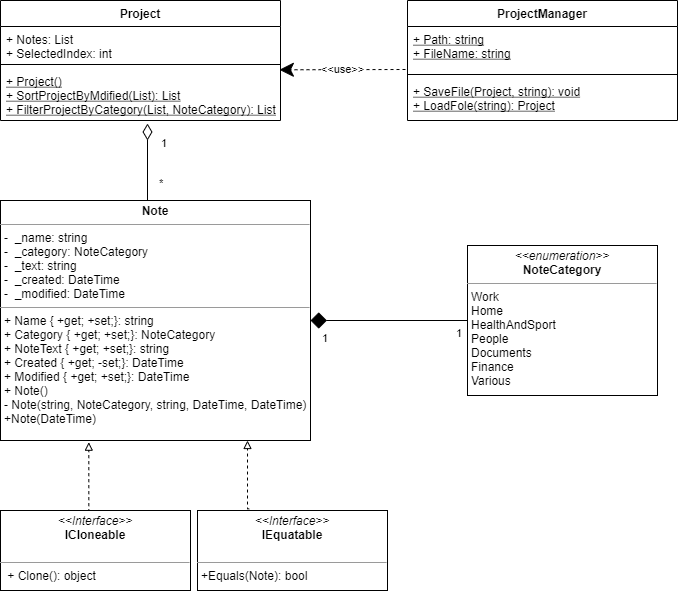
Above: doc/ClassesDiagram.png in CyberAndrey77/NoteAppNTVP (draw.io), before the change. Source tidied: cells renumbered, new cells last; positions are measured from the earlier drawing's top-left corner, leaving out a move shared by most shapes.
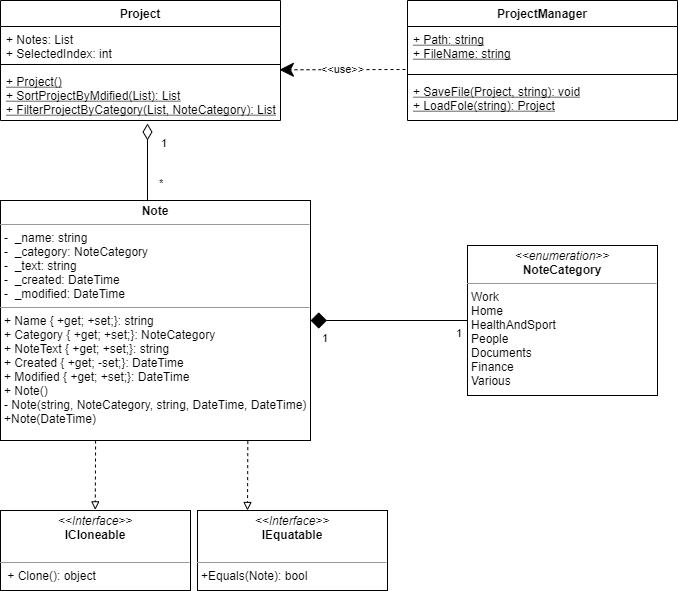
The same diagram one commit later.

What changed in the source:
```diff
@@ -8,15 +8,6 @@
     <mxCell id="3" value="&lt;p style=&quot;margin: 0px ; margin-top: 4px ; text-align: center&quot;&gt;&lt;i&gt;&amp;lt;&amp;lt;enumeration&amp;gt;&amp;gt;&lt;/i&gt;&lt;br&gt;&lt;b&gt;NoteCategory&lt;/b&gt;&lt;/p&gt;&lt;hr size=&quot;1&quot;&gt;&lt;p style=&quot;margin: 0px 0px 0px 4px&quot;&gt;Work&lt;/p&gt;&lt;p style=&quot;margin: 0px 0px 0px 4px&quot;&gt;&lt;span&gt;Home&lt;/span&gt;&lt;/p&gt;&lt;p style=&quot;margin: 0px 0px 0px 4px&quot;&gt;&lt;span&gt;HealthAndSport&lt;/span&gt;&lt;/p&gt;&lt;p style=&quot;margin: 0px 0px 0px 4px&quot;&gt;&lt;span&gt;People&lt;/span&gt;&lt;/p&gt;&lt;p style=&quot;margin: 0px 0px 0px 4px&quot;&gt;&lt;span&gt;Documents&lt;/span&gt;&lt;/p&gt;&lt;p style=&quot;margin: 0px 0px 0px 4px&quot;&gt;&lt;span&gt;Finance&lt;/span&gt;&lt;/p&gt;&lt;p style=&quot;margin: 0px 0px 0px 4px&quot;&gt;&lt;span&gt;Various&lt;/span&gt;&lt;/p&gt;&lt;p style=&quot;margin: 0px ; margin-left: 4px&quot;&gt;&lt;br&gt;&lt;/p&gt;" style="verticalAlign=top;align=left;overflow=fill;fontSize=12;fontFamily=Helvetica;html=1;" parent="1" vertex="1">
       <mxGeometry x="467" y="245" width="190" height="150" as="geometry" />
     </mxCell>
-    <mxCell id="4" style="edgeStyle=orthogonalEdgeStyle;rounded=0;orthogonalLoop=1;jettySize=auto;html=1;exitX=0.5;exitY=0;exitDx=0;exitDy=0;entryX=0.301;entryY=1.007;entryDx=0;entryDy=0;entryPerimeter=0;endArrow=block;endFill=0;dashed=1;" parent="1" edge="1">
-      <mxGeometry relative="1" as="geometry">
-        <mxPoint x="90" y="510" as="sourcePoint" />
-        <mxPoint x="88.3" y="441.7" as="targetPoint" />
-        <Array as="points">
-          <mxPoint x="88" y="510" />
-        </Array>
-      </mxGeometry>
-    </mxCell>
     <mxCell id="5" value="&lt;p style=&quot;margin: 0px ; margin-top: 4px ; text-align: center&quot;&gt;&lt;i&gt;&amp;lt;&amp;lt;Interface&amp;gt;&amp;gt;&lt;/i&gt;&lt;br&gt;&lt;b&gt;ICloneable&lt;/b&gt;&lt;/p&gt;&lt;br&gt;&lt;hr size=&quot;1&quot;&gt;&lt;p style=&quot;margin: 0px ; margin-left: 4px&quot;&gt;&amp;nbsp;+ Clone(): object&lt;/p&gt;" style="verticalAlign=top;align=left;overflow=fill;fontSize=12;fontFamily=Helvetica;html=1;" parent="1" vertex="1">
       <mxGeometry y="510" width="190" height="80" as="geometry" />
     </mxCell>
@@ -85,14 +76,23 @@
         <mxPoint x="405" y="69" as="sourcePoint" />
       </mxGeometry>
     </mxCell>
-    <mxCell id="22" style="edgeStyle=orthogonalEdgeStyle;rounded=0;orthogonalLoop=1;jettySize=auto;html=1;exitX=0.5;exitY=0;exitDx=0;exitDy=0;entryX=0.301;entryY=1.007;entryDx=0;entryDy=0;entryPerimeter=0;endArrow=block;endFill=0;dashed=1;" parent="1" edge="1">
-      <mxGeometry relative="1" as="geometry">
-        <mxPoint x="248.7" y="508.3" as="sourcePoint" />
-        <mxPoint x="247" y="440" as="targetPoint" />
-        <Array as="points">
-          <mxPoint x="246.7" y="508.3" />
-        </Array>
-      </mxGeometry>
-    </mxCell>
+    <mxCell id="23" style="edgeStyle=orthogonalEdgeStyle;rounded=0;orthogonalLoop=1;jettySize=auto;html=1;endArrow=block;endFill=0;dashed=1;entryX=0.293;entryY=0.017;entryDx=0;entryDy=0;entryPerimeter=0;" parent="1" edge="1">
+      <mxGeometry relative="1" as="geometry">
+        <mxPoint x="247.3" y="440.6" as="sourcePoint" />
+        <mxPoint x="247" y="510" as="targetPoint" />
+        <Array as="points">
+          <mxPoint x="247.3" y="440.6" />
+        </Array>
+      </mxGeometry>
+    </mxCell>
+    <mxCell id="24" style="edgeStyle=orthogonalEdgeStyle;rounded=0;orthogonalLoop=1;jettySize=auto;html=1;endArrow=block;endFill=0;dashed=1;entryX=0.293;entryY=0.017;entryDx=0;entryDy=0;entryPerimeter=0;" parent="1" edge="1">
+      <mxGeometry relative="1" as="geometry">
+        <mxPoint x="95.1" y="440" as="sourcePoint" />
+        <mxPoint x="94.8" y="509.4" as="targetPoint" />
+        <Array as="points">
+          <mxPoint x="95.1" y="440" />
+        </Array>
+      </mxGeometry>
+    </mxCell>
   </root>
 </mxGraphModel>
```
